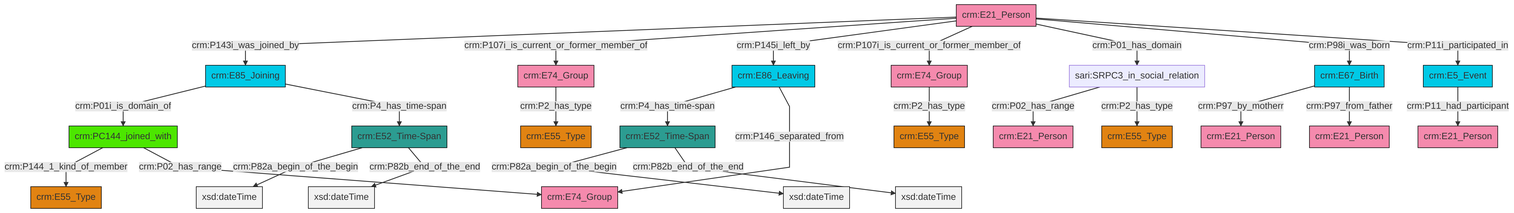
The Mermaid diagram et/personCSV/ttl/mmd/png/Person_Actor_Relations.png in swiss-art-research-net/docs.swissartresearch, before a commit. Its source is kept beside it as et/personCSV/ttl/mmd/Person_Actor_Relations.ttl.mmd.
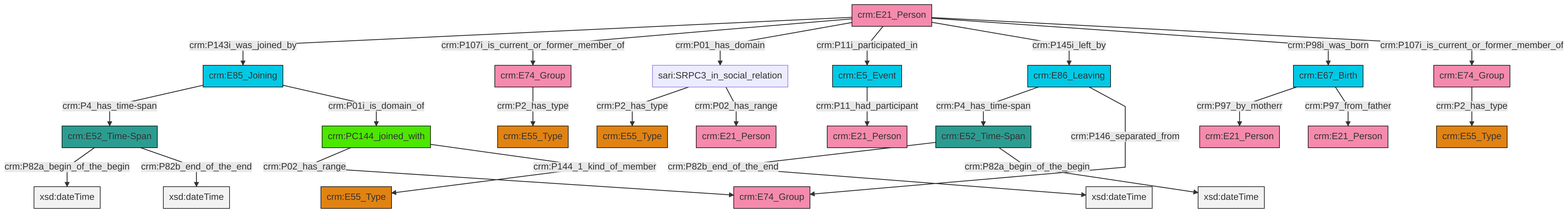
Above is the later version.

Diff of the diagram source:
```diff
@@ -13,27 +13,27 @@
 classDef PC_Classes fill:#4ce600, stroke:#000000;
 classDef Multi fill:#cccccc,stroke:#000000;
 
-6["sari:SRPC3_in_social_relation"]:::Default -->|crm:P02_has_range| 7["crm:E21_Person"]:::Actor
-0["crm:E85_Joining"]:::Temporal_Entity -->|crm:P01i_is_domain_of| 8["crm:PC144_joined_with"]:::PC_Classes
-13["crm:E21_Person"]:::Actor -->|crm:P143i_was_joined_by| 0["crm:E85_Joining"]:::Temporal_Entity
-13["crm:E21_Person"]:::Actor -->|crm:P107i_is_current_or_former_member_of| 16["crm:E74_Group"]:::Actor
-6["sari:SRPC3_in_social_relation"]:::Default -->|crm:P2_has_type| 17["crm:E55_Type"]:::Type
-18["crm:E67_Birth"]:::Temporal_Entity -->|crm:P97_by_motherr| 9["crm:E21_Person"]:::Actor
-19["crm:E5_Event"]:::Temporal_Entity -->|crm:P11_had_participant| 20["crm:E21_Person"]:::Actor
-13["crm:E21_Person"]:::Actor -->|crm:P145i_left_by| 11["crm:E86_Leaving"]:::Temporal_Entity
-22["crm:E52_Time-Span"]:::Time-Span -->|crm:P82a_begin_of_the_begin| 23[xsd:dateTime]:::Literal
-8["crm:PC144_joined_with"]:::PC_Classes -->|crm:P144_1_kind_of_member| 14["crm:E55_Type"]:::Type
-13["crm:E21_Person"]:::Actor -->|crm:P107i_is_current_or_former_member_of| 2["crm:E74_Group"]:::Actor
-2["crm:E74_Group"]:::Actor -->|crm:P2_has_type| 26["crm:E55_Type"]:::Type
-8["crm:PC144_joined_with"]:::PC_Classes -->|crm:P02_has_range| 24["crm:E74_Group"]:::Actor
-29["crm:E52_Time-Span"]:::Time-Span -->|crm:P82a_begin_of_the_begin| 30[xsd:dateTime]:::Literal
-13["crm:E21_Person"]:::Actor -->|crm:P01_has_domain| 6["sari:SRPC3_in_social_relation"]:::Default
-22["crm:E52_Time-Span"]:::Time-Span -->|crm:P82b_end_of_the_end| 31[xsd:dateTime]:::Literal
-29["crm:E52_Time-Span"]:::Time-Span -->|crm:P82b_end_of_the_end| 32[xsd:dateTime]:::Literal
-0["crm:E85_Joining"]:::Temporal_Entity -->|crm:P4_has_time-span| 22["crm:E52_Time-Span"]:::Time-Span
-13["crm:E21_Person"]:::Actor -->|crm:P98i_was_born| 18["crm:E67_Birth"]:::Temporal_Entity
-11["crm:E86_Leaving"]:::Temporal_Entity -->|crm:P4_has_time-span| 29["crm:E52_Time-Span"]:::Time-Span
-13["crm:E21_Person"]:::Actor -->|crm:P11i_participated_in| 19["crm:E5_Event"]:::Temporal_Entity
-18["crm:E67_Birth"]:::Temporal_Entity -->|crm:P97_from_father| 33["crm:E21_Person"]:::Actor
-16["crm:E74_Group"]:::Actor -->|crm:P2_has_type| 4["crm:E55_Type"]:::Type
-11["crm:E86_Leaving"]:::Temporal_Entity -->|crm:P146_separated_from| 24["crm:E74_Group"]:::Actor
+2["crm:E67_Birth"]:::Temporal_Entity -->|crm:P97_by_motherr| 3["crm:E21_Person"]:::Actor
+10["crm:E86_Leaving"]:::Temporal_Entity -->|crm:P4_has_time-span| 11["crm:E52_Time-Span"]:::Time-Span
+12["crm:E52_Time-Span"]:::Time-Span -->|crm:P82a_begin_of_the_begin| 13[xsd:dateTime]:::Literal
+16["crm:E21_Person"]:::Actor -->|crm:P143i_was_joined_by| 14["crm:E85_Joining"]:::Temporal_Entity
+14["crm:E85_Joining"]:::Temporal_Entity -->|crm:P4_has_time-span| 12["crm:E52_Time-Span"]:::Time-Span
+12["crm:E52_Time-Span"]:::Time-Span -->|crm:P82b_end_of_the_end| 25[xsd:dateTime]:::Literal
+26["crm:E74_Group"]:::Actor -->|crm:P2_has_type| 27["crm:E55_Type"]:::Type
+29["sari:SRPC3_in_social_relation"]:::Default -->|crm:P2_has_type| 4["crm:E55_Type"]:::Type
+10["crm:E86_Leaving"]:::Temporal_Entity -->|crm:P146_separated_from| 30["crm:E74_Group"]:::Actor
+8["crm:PC144_joined_with"]:::PC_Classes -->|crm:P02_has_range| 30["crm:E74_Group"]:::Actor
+8["crm:PC144_joined_with"]:::PC_Classes -->|crm:P144_1_kind_of_member| 17["crm:E55_Type"]:::Type
+14["crm:E85_Joining"]:::Temporal_Entity -->|crm:P01i_is_domain_of| 8["crm:PC144_joined_with"]:::PC_Classes
+16["crm:E21_Person"]:::Actor -->|crm:P107i_is_current_or_former_member_of| 0["crm:E74_Group"]:::Actor
+0["crm:E74_Group"]:::Actor -->|crm:P2_has_type| 21["crm:E55_Type"]:::Type
+16["crm:E21_Person"]:::Actor -->|crm:P01_has_domain| 29["sari:SRPC3_in_social_relation"]:::Default
+2["crm:E67_Birth"]:::Temporal_Entity -->|crm:P97_from_father| 19["crm:E21_Person"]:::Actor
+29["sari:SRPC3_in_social_relation"]:::Default -->|crm:P02_has_range| 23["crm:E21_Person"]:::Actor
+39["crm:E5_Event"]:::Temporal_Entity -->|crm:P11_had_participant| 6["crm:E21_Person"]:::Actor
+16["crm:E21_Person"]:::Actor -->|crm:P11i_participated_in| 39["crm:E5_Event"]:::Temporal_Entity
+16["crm:E21_Person"]:::Actor -->|crm:P145i_left_by| 10["crm:E86_Leaving"]:::Temporal_Entity
+11["crm:E52_Time-Span"]:::Time-Span -->|crm:P82b_end_of_the_end| 41[xsd:dateTime]:::Literal
+16["crm:E21_Person"]:::Actor -->|crm:P98i_was_born| 2["crm:E67_Birth"]:::Temporal_Entity
+11["crm:E52_Time-Span"]:::Time-Span -->|crm:P82a_begin_of_the_begin| 46[xsd:dateTime]:::Literal
+16["crm:E21_Person"]:::Actor -->|crm:P107i_is_current_or_former_member_of| 26["crm:E74_Group"]:::Actor
```
